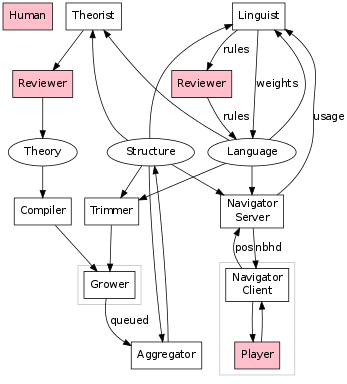
fritzo/pomagma keeps this Graphviz diagram as doc/architecture.png. Above is the earlier version. Its source is kept beside it as doc/architecture.dot.
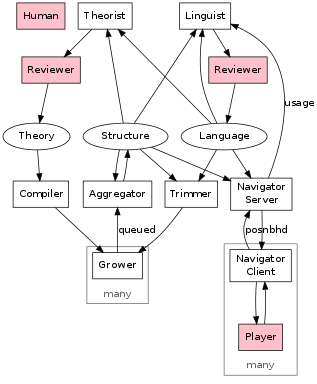
After the commit.

Commit message:
Simplify system architecture diagram

Diff of the diagram source:
```diff
@@ -3,20 +3,55 @@
 	size="4,4";
 
 	node [shape=box];
-	Human [style=filled, fillcolor=pink];
 
-	lang_reviewer [label="Reviewer", style=filled, fillcolor=pink];
-	theory_reviewer [label="Reviewer", style=filled, fillcolor=pink];
+		Human [style=filled, fillcolor=pink];
 
 	{
-		rank="min";
+		rank = "min";
 	 	Theorist;
 		Linguist;
 	}
 
+	{
+		rank = "same";
+		node [label="Reviewer", style=filled, fillcolor=pink];
+		lang_reviewer;
+		theory_reviewer;
+	}
+
+	{
+	 	rank="same";
+		Language [shape=ellipse];
+		Theory [shape=ellipse];
+		Structure [shape=ellipse];
+	}
+
+	{
+		rank="same";
+		Trimmer;
+		Aggregator;
+		Compiler;
+		nav_server [label="Navigator\nServer"];
+	}
+
 	subgraph cluster_grower {
-		color = gray;
-		{ rank="min"; Grower; }
+		Grower;
+
+		color = "#666666";
+		fontcolor = "#666666";
+		label = "many";
+		labelloc = "b";
+	}
+
+	subgraph cluster_navigator {
+		rank="max";
+		{ rank="max"; Player [style=filled, fillcolor=pink]; }
+		nav_client [label="Navigator\nClient"];
+
+		color = "#666666";
+		fontcolor = "#666666";
+		label = "many";
+		labelloc = "b";
 	}
 
 	Structure -> Trimmer;
@@ -34,16 +69,7 @@
 
 	Structure -> Linguist;
 	Language -> Linguist;
-	Linguist -> Language [label="weights"];
-	Linguist -> lang_reviewer -> Language [label="rules"];
-
-	subgraph cluster_navigator {
-		color = gray;
-		{ rank="max"; Player [style=filled, fillcolor=pink]; }
-		nav_client [label="Navigator\nClient"];
-		nav_client -> Player;
-		Player -> nav_client;
-	}
+	Linguist -> lang_reviewer -> Language;
 
 	nav_server [label="Navigator\nServer"];
 	nav_client -> nav_server [label="pos"];
@@ -51,11 +77,6 @@
 	Structure -> nav_server;
 	Language -> nav_server;
 	nav_server -> Linguist [label="usage"];
-
-	{
-	 	rank="same";
-		Language [shape=ellipse, rank="min"];
-		Theory [shape=ellipse];
-		Structure [shape=ellipse];
-	}
+	nav_client -> Player;
+	Player -> nav_client;
 }
```
